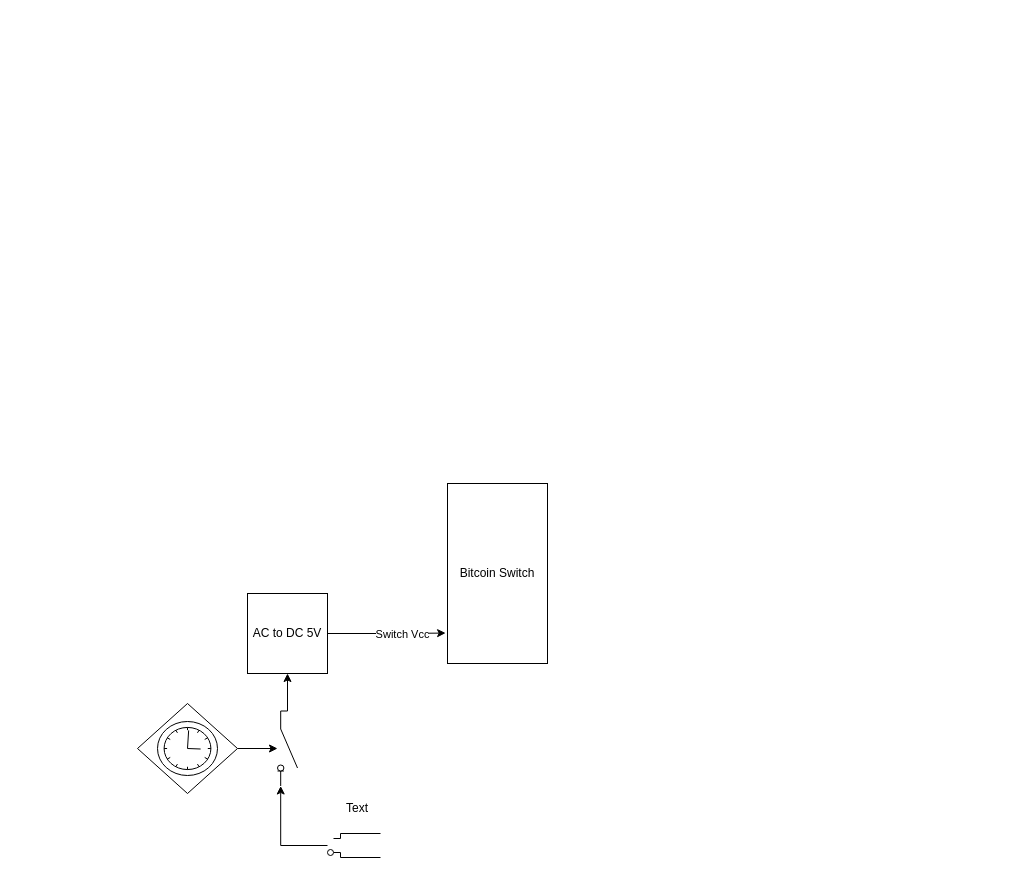
This is Untitled Diagram.drawio from uncleJim21/PlebLabATXLightningDoor, a draw.io file, before an edit. Source tidied: cells renumbered, new cells numbered last; positions are measured from the earlier drawing's top-left corner, leaving out a move shared by most shapes. Both pictures are drawn from the tidied source at 100%, with x=0, y=0 at pixel (137, 483).
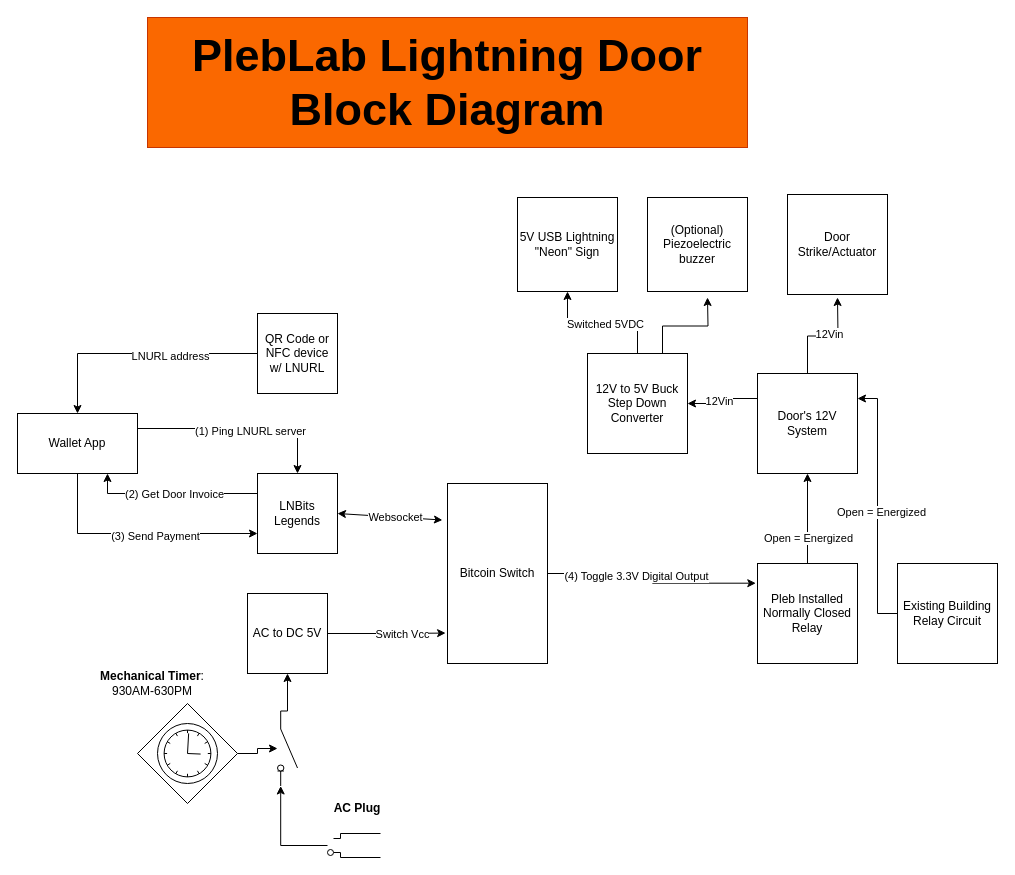
The same diagram, later.

The change refers to these unchanged cells:
```xml
<mxCell id="2" value="Bitcoin Switch" style="rounded=0;whiteSpace=wrap;html=1;" parent="1" vertex="1">
  <mxGeometry x="310" width="100" height="180" as="geometry" />
</mxCell>
```

The edit, as a diff of the source:
```diff
@@
+    <mxCell id="13" style="edgeStyle=orthogonalEdgeStyle;rounded=0;jettySize=auto;html=1;exitX=1;exitY=0.5;exitDx=0;exitDy=0;entryX=-0.017;entryY=0.197;entryDx=0;entryDy=0;entryPerimeter=0;" parent="1" edge="1" source="2" target="31">
+      <mxGeometry relative="1" as="geometry" />
+    </mxCell>
+    <mxCell id="14" value="(4) Toggle 3.3V Digital Output" style="edgeLabel;html=1;align=center;verticalAlign=middle;" parent="13" vertex="1">
+      <mxGeometry x="-0.19" y="-2" relative="1" as="geometry" />
+    </mxCell>
@@
     <mxCell id="4" style="points=[[0.25,0.25,0],[0.5,0,0],[0.75,0.25,0],[1,0.5,0],[0.75,0.75,0],[0.5,1,0],[0.25,0.75,0],[0,0.5,0]];shape=mxgraph.bpmn.gateway2;html=1;verticalLabelPosition=bottom;labelBackgroundColor=#ffffff;verticalAlign=top;align=center;perimeter=rhombusPerimeter;outlineConnect=0;outline=standard;symbol=timer;" parent="1" vertex="1">
-      <mxGeometry y="220" width="100" height="90" as="geometry" />
+      <mxGeometry y="220" width="100" height="100" as="geometry" />
     </mxCell>
@@
-    <mxCell id="12" value="Text" style="text;html=1;strokeColor=none;fillColor=none;align=center;verticalAlign=middle;whiteSpace=wrap;rounded=0;" parent="1" vertex="1">
+    <mxCell id="12" value="AC Plug" style="text;html=1;strokeColor=none;fillColor=none;align=center;verticalAlign=middle;whiteSpace=wrap;rounded=0;fontStyle=1;" parent="1" vertex="1">
       <mxGeometry x="190" y="310" width="60" height="30" as="geometry" />
     </mxCell>
+    <mxCell id="15" value="&lt;b&gt;Mechanical Timer&lt;/b&gt;: 930AM-630PM" style="text;html=1;strokeColor=none;fillColor=none;align=center;verticalAlign=middle;whiteSpace=wrap;rounded=0;" parent="1" vertex="1">
+      <mxGeometry x="-40" y="180" width="110" height="40" as="geometry" />
+    </mxCell>
+    <mxCell id="16" style="edgeStyle=orthogonalEdgeStyle;rounded=0;jettySize=auto;html=1;exitX=0;exitY=0.25;exitDx=0;exitDy=0;entryX=0.75;entryY=1;entryDx=0;entryDy=0;" parent="1" edge="1" source="18" target="25">
+      <mxGeometry relative="1" as="geometry" />
+    </mxCell>
+    <mxCell id="17" value="(2) Get Door Invoice" style="edgeLabel;html=1;align=center;verticalAlign=middle;" parent="16" vertex="1">
+      <mxGeometry x="-0.01" relative="1" as="geometry" />
+    </mxCell>
+    <mxCell id="18" value="LNBits Legends" style="whiteSpace=wrap;html=1;" parent="1" vertex="1">
+      <mxGeometry x="120" y="-10" width="80" height="80" as="geometry" />
+    </mxCell>
+    <mxCell id="19" style="endArrow=classic;startArrow=classic;html=1;rounded=0;entryX=-0.051;entryY=0.203;entryDx=0;entryDy=0;entryPerimeter=0;exitX=1;exitY=0.5;exitDx=0;exitDy=0;" parent="1" edge="1" source="18" target="2">
+      <mxGeometry relative="1" as="geometry" />
+    </mxCell>
+    <mxCell id="20" value="Websocket" style="edgeLabel;html=1;align=center;verticalAlign=middle;" parent="19" vertex="1">
+      <mxGeometry x="0.11" relative="1" as="geometry" />
+    </mxCell>
+    <mxCell id="21" style="edgeStyle=orthogonalEdgeStyle;rounded=0;jettySize=auto;html=1;exitX=1;exitY=0.25;exitDx=0;exitDy=0;entryX=0.5;entryY=0;entryDx=0;entryDy=0;" parent="1" edge="1" source="25" target="18">
+      <mxGeometry relative="1" as="geometry" />
+    </mxCell>
+    <mxCell id="22" value="(1) Ping LNURL server" style="edgeLabel;html=1;align=center;verticalAlign=middle;" parent="21" vertex="1">
+      <mxGeometry x="0.09" y="-2" relative="1" as="geometry" />
+    </mxCell>
+    <mxCell id="23" style="edgeStyle=orthogonalEdgeStyle;rounded=0;jettySize=auto;html=1;exitX=0.5;exitY=1;exitDx=0;exitDy=0;entryX=0;entryY=0.75;entryDx=0;entryDy=0;" parent="1" edge="1" source="25" target="18">
+      <mxGeometry relative="1" as="geometry" />
+    </mxCell>
+    <mxCell id="24" value="(3) Send Payment" style="edgeLabel;html=1;align=center;verticalAlign=middle;" parent="23" vertex="1">
+      <mxGeometry x="0.14" y="-2" relative="1" as="geometry" />
+    </mxCell>
+    <mxCell id="25" value="Wallet App" style="rounded=0;whiteSpace=wrap;html=1;" parent="1" vertex="1">
+      <mxGeometry x="-120" y="-70" width="120" height="60" as="geometry" />
+    </mxCell>
+    <mxCell id="26" style="edgeStyle=orthogonalEdgeStyle;rounded=0;jettySize=auto;html=1;exitX=0;exitY=0.5;exitDx=0;exitDy=0;" parent="1" edge="1" source="28" target="25">
+      <mxGeometry relative="1" as="geometry" />
+    </mxCell>
+    <mxCell id="27" value="LNURL address" style="edgeLabel;html=1;align=center;verticalAlign=middle;" parent="26" vertex="1">
+      <mxGeometry x="-0.27" y="2" relative="1" as="geometry" />
+    </mxCell>
+    <mxCell id="28" value="QR Code or NFC device w/ LNURL" style="whiteSpace=wrap;html=1;" parent="1" vertex="1">
+      <mxGeometry x="120" y="-170" width="80" height="80" as="geometry" />
+    </mxCell>
+    <mxCell id="29" style="edgeStyle=orthogonalEdgeStyle;rounded=0;jettySize=auto;html=1;" parent="1" edge="1" source="31" target="36">
+      <mxGeometry relative="1" as="geometry" />
+    </mxCell>
+    <mxCell id="30" value="Open = Energized" style="edgeLabel;html=1;align=center;verticalAlign=middle;" parent="29" vertex="1">
+      <mxGeometry x="-0.1" y="-3" relative="1" as="geometry">
+        <mxPoint x="-3" y="15" as="offset" />
+      </mxGeometry>
+    </mxCell>
+    <mxCell id="31" value="Pleb Installed Normally Closed Relay" style="rounded=0;whiteSpace=wrap;html=1;" parent="1" vertex="1">
+      <mxGeometry x="620" y="80" width="100" height="100" as="geometry" />
+    </mxCell>
+    <mxCell id="32" style="edgeStyle=orthogonalEdgeStyle;rounded=0;jettySize=auto;html=1;exitX=0;exitY=0.25;exitDx=0;exitDy=0;entryX=1;entryY=0.5;entryDx=0;entryDy=0;" parent="1" edge="1" source="36" target="40">
+      <mxGeometry relative="1" as="geometry" />
+    </mxCell>
+    <mxCell id="33" value="12Vin" style="edgeLabel;html=1;align=center;verticalAlign=middle;" parent="32" vertex="1">
+      <mxGeometry x="0.16" y="-3" relative="1" as="geometry" />
+    </mxCell>
+    <mxCell id="34" style="edgeStyle=orthogonalEdgeStyle;rounded=0;jettySize=auto;html=1;exitX=0.5;exitY=0;exitDx=0;exitDy=0;" parent="1" edge="1" source="36">
+      <mxGeometry relative="1" as="geometry">
+        <mxPoint x="700" y="-186" as="targetPoint" />
+      </mxGeometry>
+    </mxCell>
+    <mxCell id="35" value="12Vin" style="edgeLabel;html=1;align=center;verticalAlign=middle;" parent="34" vertex="1">
+      <mxGeometry x="0.11" y="2" relative="1" as="geometry" />
+    </mxCell>
+    <mxCell id="36" value="Door's 12V System" style="rounded=0;whiteSpace=wrap;html=1;" parent="1" vertex="1">
+      <mxGeometry x="620" y="-110" width="100" height="100" as="geometry" />
+    </mxCell>
+    <mxCell id="37" style="edgeStyle=orthogonalEdgeStyle;rounded=0;jettySize=auto;html=1;" parent="1" edge="1" source="40" target="41">
+      <mxGeometry relative="1" as="geometry" />
+    </mxCell>
+    <mxCell id="38" value="Switched 5VDC" style="edgeLabel;html=1;align=center;verticalAlign=middle;" parent="37" vertex="1">
+      <mxGeometry x="-0.03" y="1" relative="1" as="geometry" />
+    </mxCell>
+    <mxCell id="39" style="edgeStyle=orthogonalEdgeStyle;rounded=0;jettySize=auto;html=1;exitX=0.75;exitY=0;exitDx=0;exitDy=0;" parent="1" edge="1" source="40">
+      <mxGeometry relative="1" as="geometry">
+        <mxPoint x="570" y="-186" as="targetPoint" />
+      </mxGeometry>
+    </mxCell>
+    <mxCell id="40" value="12V to 5V Buck Step Down Converter" style="rounded=0;whiteSpace=wrap;html=1;" parent="1" vertex="1">
+      <mxGeometry x="450" y="-130" width="100" height="100" as="geometry" />
+    </mxCell>
+    <mxCell id="41" value="5V USB Lightning &quot;Neon&quot; Sign" style="rounded=0;whiteSpace=wrap;html=1;" parent="1" vertex="1">
+      <mxGeometry x="380" y="-286" width="100" height="94" as="geometry" />
+    </mxCell>
+    <mxCell id="42" style="edgeStyle=orthogonalEdgeStyle;rounded=0;jettySize=auto;html=1;entryX=1;entryY=0.25;entryDx=0;entryDy=0;" parent="1" edge="1" source="44" target="36">
+      <mxGeometry relative="1" as="geometry" />
+    </mxCell>
+    <mxCell id="43" value="Open = Energized" style="edgeLabel;html=1;align=center;verticalAlign=middle;" parent="42" vertex="1">
+      <mxGeometry x="-0.04" y="-3" relative="1" as="geometry" />
+    </mxCell>
+    <mxCell id="44" value="Existing Building Relay Circuit" style="rounded=0;whiteSpace=wrap;html=1;" parent="1" vertex="1">
+      <mxGeometry x="760" y="80" width="100" height="100" as="geometry" />
+    </mxCell>
+    <mxCell id="45" value="(Optional) Piezoelectric buzzer" style="rounded=0;whiteSpace=wrap;html=1;" parent="1" vertex="1">
+      <mxGeometry x="510" y="-286" width="100" height="94" as="geometry" />
+    </mxCell>
+    <mxCell id="46" value="Door Strike/Actuator" style="rounded=0;whiteSpace=wrap;html=1;" parent="1" vertex="1">
+      <mxGeometry x="650" y="-289" width="100" height="100" as="geometry" />
+    </mxCell>
+    <mxCell id="47" value="&lt;b style=&quot;font-size: 45px;&quot;&gt;PlebLab Lightning Door Block Diagram&lt;/b&gt;" style="text;html=1;strokeColor=#C73500;fillColor=#fa6800;align=center;verticalAlign=middle;whiteSpace=wrap;rounded=0;fontColor=#000000;fontSize=45;" parent="1" vertex="1">
+      <mxGeometry x="10" y="-466" width="600" height="130" as="geometry" />
+    </mxCell>
```
